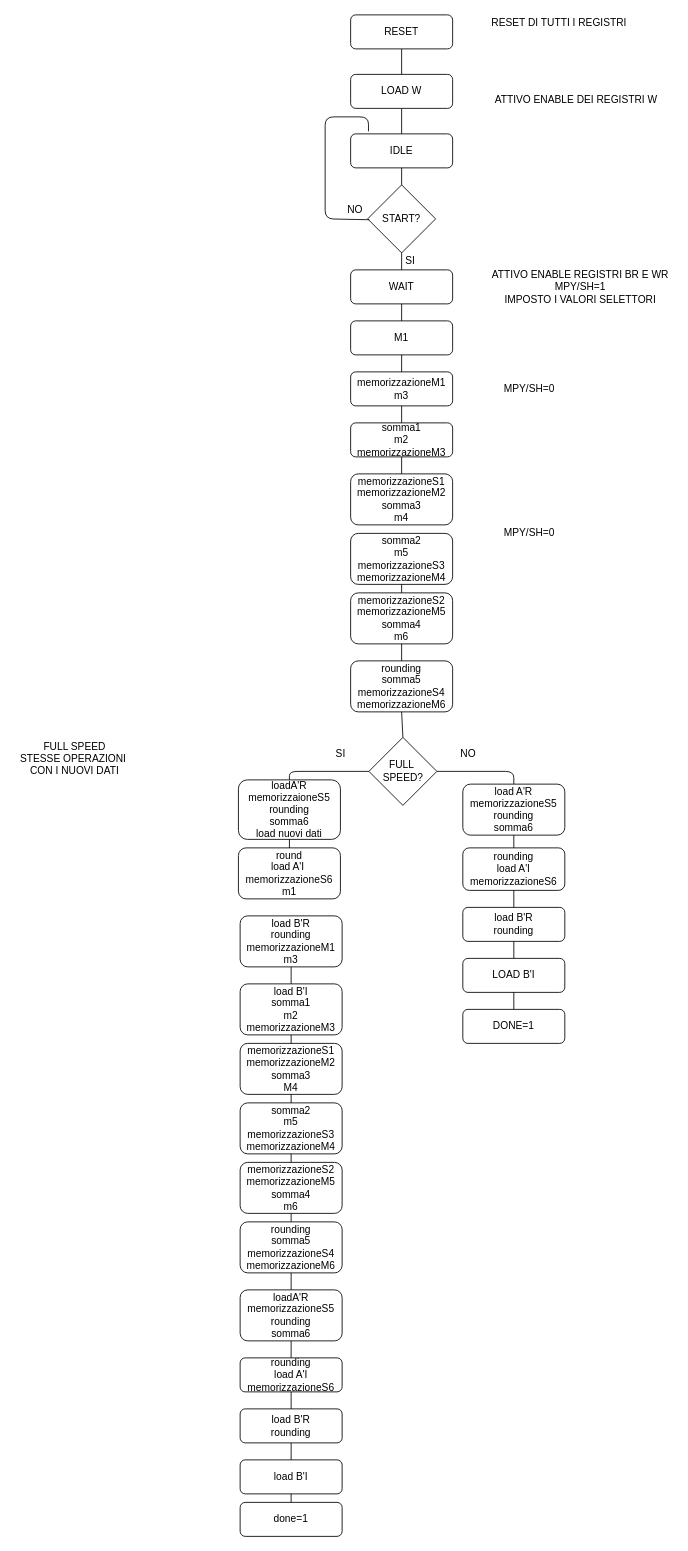
Earlier version of the draw.io diagram butterfly/drawio/pallogramma butterfly.drawio (wackozz/SDI_20_21). Source tidied: cells renumbered, new cells numbered last; positions are measured from the earlier drawing's top-left corner, leaving out a move shared by most shapes. Both pictures are drawn from the tidied source at 85%, with x=0, y=0 at pixel (14, 14).
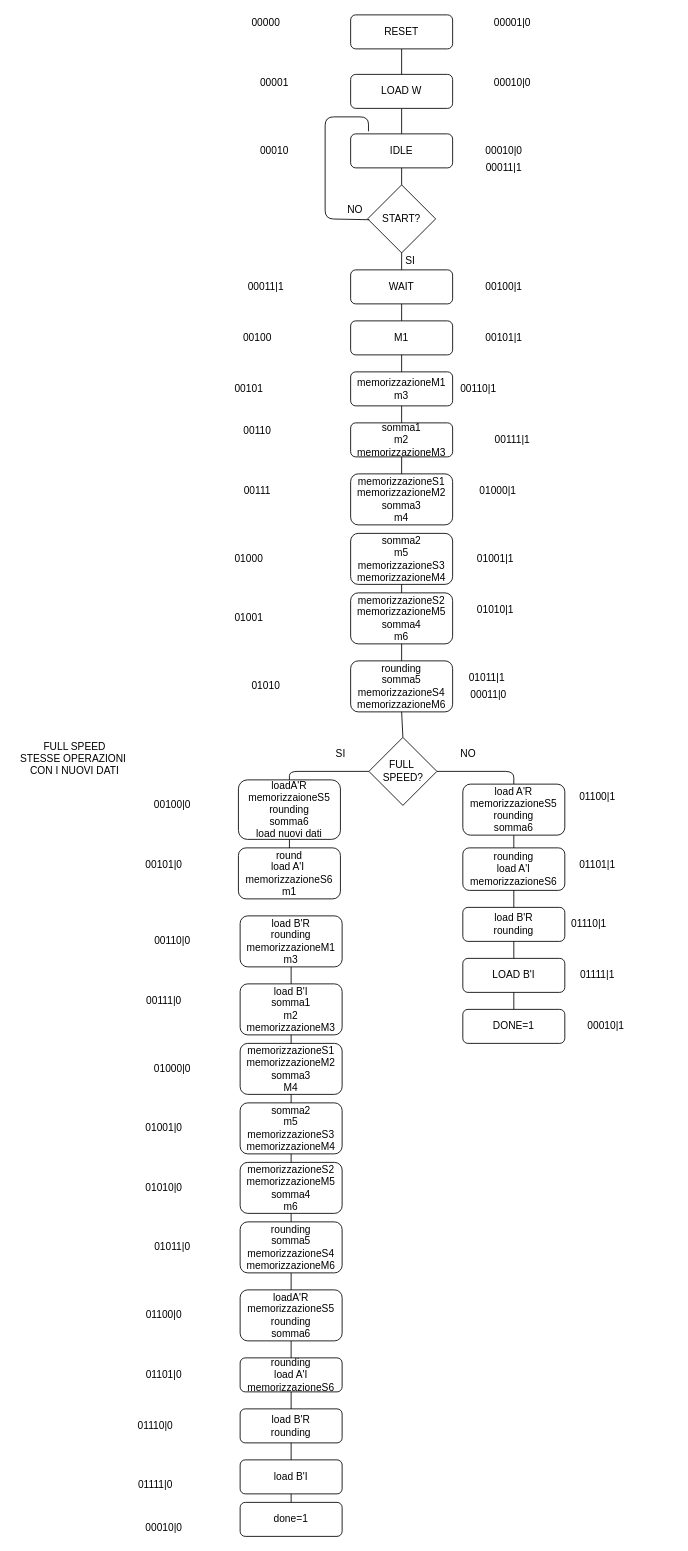
The same diagram, later.

Change to the diagram source:
```diff
@@
-    <mxCell id="8" value="ATTIVO&amp;nbsp;ENABLE REGISTRI BR E WR&lt;br&gt;MPY/SH=1&lt;br&gt;IMPOSTO I VALORI SELETTORI" style="text;html=1;align=center;verticalAlign=middle;" parent="1" vertex="1">
-      <mxGeometry x="555" y="295" width="220" height="50" as="geometry" />
-    </mxCell>
@@
-    <mxCell id="45" value="MPY/SH=0" style="text;html=1;align=center;verticalAlign=middle;" parent="1" vertex="1">
-      <mxGeometry x="565" y="430" width="80" height="20" as="geometry" />
-    </mxCell>
-    <mxCell id="46" value="MPY/SH=0" style="text;html=1;align=center;verticalAlign=middle;" parent="1" vertex="1">
-      <mxGeometry x="565" y="600" width="80" height="20" as="geometry" />
-    </mxCell>
@@
-    <mxCell id="48" value="RESET DI TUTTI I REGISTRI" style="text;html=1;align=center;verticalAlign=middle;" parent="1" vertex="1">
-      <mxGeometry x="555" width="170" height="20" as="geometry" />
-    </mxCell>
@@
-    <mxCell id="65" value="ATTIVO ENABLE DEI REGISTRI W" style="text;html=1;align=center;verticalAlign=middle;" parent="1" vertex="1">
-      <mxGeometry x="555" y="90" width="210" height="20" as="geometry" />
-    </mxCell>
@@
+    <mxCell id="74" value="00000" style="text;html=1;align=center;verticalAlign=middle;" parent="1" vertex="1">
+      <mxGeometry x="270" width="50" height="20" as="geometry" />
+    </mxCell>
+    <mxCell id="75" value="00001|0" style="text;html=1;align=center;verticalAlign=middle;" parent="1" vertex="1">
+      <mxGeometry x="555" width="60" height="20" as="geometry" />
+    </mxCell>
+    <mxCell id="76" value="00001" style="text;html=1;align=center;verticalAlign=middle;" parent="1" vertex="1">
+      <mxGeometry x="280" y="70" width="50" height="20" as="geometry" />
+    </mxCell>
+    <mxCell id="77" value="00010|0" style="text;html=1;align=center;verticalAlign=middle;" parent="1" vertex="1">
+      <mxGeometry x="555" y="70" width="60" height="20" as="geometry" />
+    </mxCell>
+    <mxCell id="78" value="00010" style="text;html=1;align=center;verticalAlign=middle;" parent="1" vertex="1">
+      <mxGeometry x="280" y="150" width="50" height="20" as="geometry" />
+    </mxCell>
+    <mxCell id="79" value="00010|0" style="text;html=1;align=center;verticalAlign=middle;" parent="1" vertex="1">
+      <mxGeometry x="545" y="150" width="60" height="20" as="geometry" />
+    </mxCell>
+    <mxCell id="80" value="00011|1" style="text;html=1;align=center;verticalAlign=middle;" parent="1" vertex="1">
+      <mxGeometry x="545" y="170" width="60" height="20" as="geometry" />
+    </mxCell>
+    <mxCell id="81" value="00011|1" style="text;html=1;align=center;verticalAlign=middle;" parent="1" vertex="1">
+      <mxGeometry x="265" y="310" width="60" height="20" as="geometry" />
+    </mxCell>
+    <mxCell id="82" value="00100|1" style="text;html=1;align=center;verticalAlign=middle;" parent="1" vertex="1">
+      <mxGeometry x="545" y="310" width="60" height="20" as="geometry" />
+    </mxCell>
+    <mxCell id="83" value="00100" style="text;html=1;align=center;verticalAlign=middle;" parent="1" vertex="1">
+      <mxGeometry x="260" y="370" width="50" height="20" as="geometry" />
+    </mxCell>
+    <mxCell id="84" value="00101|1" style="text;html=1;align=center;verticalAlign=middle;" parent="1" vertex="1">
+      <mxGeometry x="545" y="370" width="60" height="20" as="geometry" />
+    </mxCell>
+    <mxCell id="85" value="00101" style="text;html=1;align=center;verticalAlign=middle;" parent="1" vertex="1">
+      <mxGeometry x="250" y="430" width="50" height="20" as="geometry" />
+    </mxCell>
+    <mxCell id="86" value="00110|1" style="text;html=1;align=center;verticalAlign=middle;" parent="1" vertex="1">
+      <mxGeometry x="515" y="430" width="60" height="20" as="geometry" />
+    </mxCell>
+    <mxCell id="87" value="00110" style="text;html=1;align=center;verticalAlign=middle;" parent="1" vertex="1">
+      <mxGeometry x="260" y="480" width="50" height="20" as="geometry" />
+    </mxCell>
+    <mxCell id="88" value="00111|1" style="text;html=1;align=center;verticalAlign=middle;" parent="1" vertex="1">
+      <mxGeometry x="555" y="490" width="60" height="20" as="geometry" />
+    </mxCell>
+    <mxCell id="89" value="00111" style="text;html=1;align=center;verticalAlign=middle;" parent="1" vertex="1">
+      <mxGeometry x="260" y="550" width="50" height="20" as="geometry" />
+    </mxCell>
+    <mxCell id="90" value="01000|1" style="text;html=1;align=center;verticalAlign=middle;" parent="1" vertex="1">
+      <mxGeometry x="538" y="550" width="60" height="20" as="geometry" />
+    </mxCell>
+    <mxCell id="91" value="01000" style="text;html=1;align=center;verticalAlign=middle;" parent="1" vertex="1">
+      <mxGeometry x="250" y="630" width="50" height="20" as="geometry" />
+    </mxCell>
+    <mxCell id="92" value="01001|1" style="text;html=1;align=center;verticalAlign=middle;" parent="1" vertex="1">
+      <mxGeometry x="535" y="630" width="60" height="20" as="geometry" />
+    </mxCell>
+    <mxCell id="93" value="01001" style="text;html=1;align=center;verticalAlign=middle;" parent="1" vertex="1">
+      <mxGeometry x="250" y="700" width="50" height="20" as="geometry" />
+    </mxCell>
+    <mxCell id="94" value="01010|1" style="text;html=1;align=center;verticalAlign=middle;" parent="1" vertex="1">
+      <mxGeometry x="535" y="690" width="60" height="20" as="geometry" />
+    </mxCell>
+    <mxCell id="95" value="01010" style="text;html=1;align=center;verticalAlign=middle;" parent="1" vertex="1">
+      <mxGeometry x="270" y="780" width="50" height="20" as="geometry" />
+    </mxCell>
+    <mxCell id="96" value="01011|1" style="text;html=1;align=center;verticalAlign=middle;" parent="1" vertex="1">
+      <mxGeometry x="525" y="770" width="60" height="20" as="geometry" />
+    </mxCell>
+    <mxCell id="97" value="00011|0" style="text;html=1;align=center;verticalAlign=middle;" parent="1" vertex="1">
+      <mxGeometry x="527" y="790" width="60" height="20" as="geometry" />
+    </mxCell>
+    <mxCell id="98" value="01100|1" style="text;html=1;align=center;verticalAlign=middle;" parent="1" vertex="1">
+      <mxGeometry x="655" y="910" width="60" height="20" as="geometry" />
+    </mxCell>
+    <mxCell id="99" value="01101|1" style="text;html=1;align=center;verticalAlign=middle;" parent="1" vertex="1">
+      <mxGeometry x="655" y="990" width="60" height="20" as="geometry" />
+    </mxCell>
+    <mxCell id="100" value="01110|1" style="text;html=1;align=center;verticalAlign=middle;" parent="1" vertex="1">
+      <mxGeometry x="645" y="1060" width="60" height="20" as="geometry" />
+    </mxCell>
+    <mxCell id="101" value="01111|1" style="text;html=1;align=center;verticalAlign=middle;" parent="1" vertex="1">
+      <mxGeometry x="655" y="1120" width="60" height="20" as="geometry" />
+    </mxCell>
+    <mxCell id="102" value="00010|1" style="text;html=1;align=center;verticalAlign=middle;" parent="1" vertex="1">
+      <mxGeometry x="665" y="1180" width="60" height="20" as="geometry" />
+    </mxCell>
+    <mxCell id="103" value="00100|0" style="text;html=1;align=center;verticalAlign=middle;" parent="1" vertex="1">
+      <mxGeometry x="155" y="920" width="60" height="20" as="geometry" />
+    </mxCell>
+    <mxCell id="104" value="00101|0" style="text;html=1;align=center;verticalAlign=middle;" parent="1" vertex="1">
+      <mxGeometry x="145" y="990" width="60" height="20" as="geometry" />
+    </mxCell>
+    <mxCell id="105" value="00110|0" style="text;html=1;align=center;verticalAlign=middle;" parent="1" vertex="1">
+      <mxGeometry x="155" y="1080" width="60" height="20" as="geometry" />
+    </mxCell>
+    <mxCell id="106" value="00111|0" style="text;html=1;align=center;verticalAlign=middle;" parent="1" vertex="1">
+      <mxGeometry x="145" y="1150" width="60" height="20" as="geometry" />
+    </mxCell>
+    <mxCell id="107" value="01000|0" style="text;html=1;align=center;verticalAlign=middle;" parent="1" vertex="1">
+      <mxGeometry x="155" y="1230" width="60" height="20" as="geometry" />
+    </mxCell>
+    <mxCell id="108" value="01001|0" style="text;html=1;align=center;verticalAlign=middle;" parent="1" vertex="1">
+      <mxGeometry x="145" y="1300" width="60" height="20" as="geometry" />
+    </mxCell>
+    <mxCell id="109" value="01010|0" style="text;html=1;align=center;verticalAlign=middle;" parent="1" vertex="1">
+      <mxGeometry x="145" y="1370" width="60" height="20" as="geometry" />
+    </mxCell>
+    <mxCell id="110" value="01011|0" style="text;html=1;align=center;verticalAlign=middle;" parent="1" vertex="1">
+      <mxGeometry x="155" y="1440" width="60" height="20" as="geometry" />
+    </mxCell>
+    <mxCell id="111" value="01100|0" style="text;html=1;align=center;verticalAlign=middle;" parent="1" vertex="1">
+      <mxGeometry x="145" y="1520" width="60" height="20" as="geometry" />
+    </mxCell>
+    <mxCell id="112" value="01101|0" style="text;html=1;align=center;verticalAlign=middle;" parent="1" vertex="1">
+      <mxGeometry x="145" y="1590" width="60" height="20" as="geometry" />
+    </mxCell>
+    <mxCell id="113" value="01110|0" style="text;html=1;align=center;verticalAlign=middle;" parent="1" vertex="1">
+      <mxGeometry x="135" y="1650" width="60" height="20" as="geometry" />
+    </mxCell>
+    <mxCell id="114" value="01111|0" style="text;html=1;align=center;verticalAlign=middle;" parent="1" vertex="1">
+      <mxGeometry x="135" y="1720" width="60" height="20" as="geometry" />
+    </mxCell>
+    <mxCell id="115" value="00010|0" style="text;html=1;align=center;verticalAlign=middle;" parent="1" vertex="1">
+      <mxGeometry x="145" y="1770" width="60" height="20" as="geometry" />
+    </mxCell>
```
